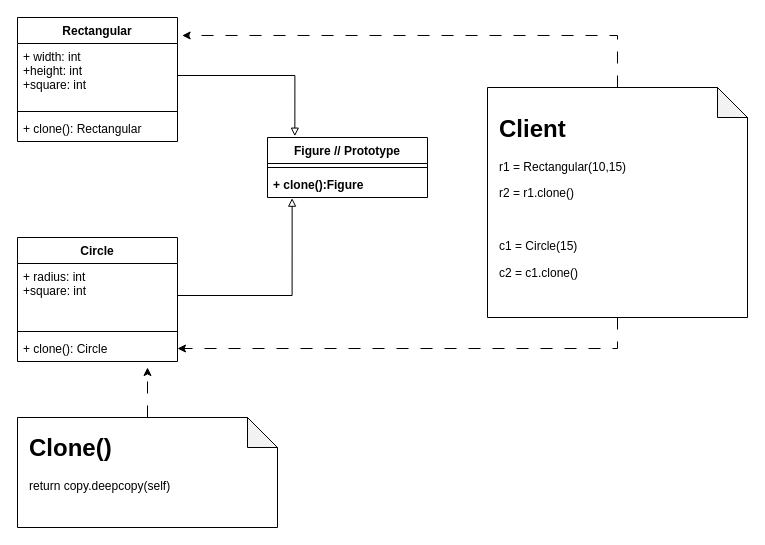
This is img/prototype.drawio from ElenaShargina/patterns, a draw.io file, before an edit. Source tidied: cells renumbered, new cells numbered last; positions are measured from the earlier drawing's top-left corner, leaving out a move shared by most shapes. Both pictures are drawn from the tidied source at 100%, with x=0, y=0 at pixel (17, 17).
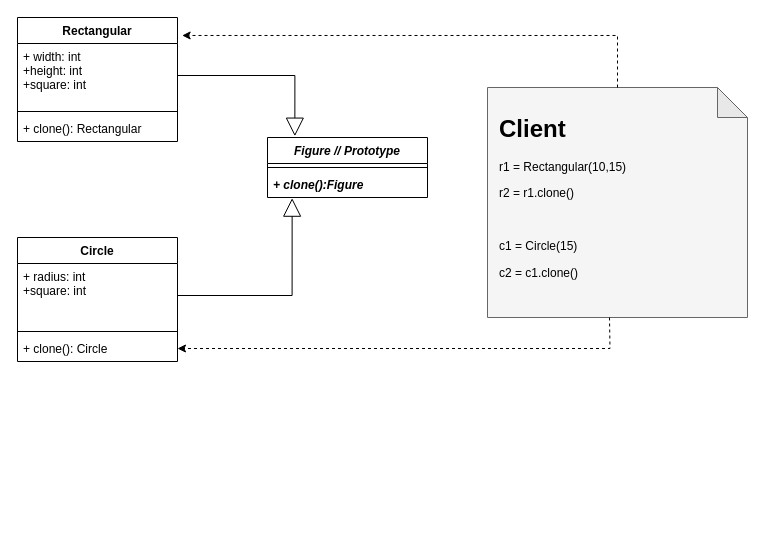
Above is the later version.

The change refers to these unchanged cells:
```xml
<mxCell id="5" value="Rectangular" style="swimlane;fontStyle=1;align=center;verticalAlign=top;horizontal=1;startSize=26;" parent="1" vertex="1">
  <mxGeometry width="160" height="124" as="geometry" />
</mxCell>
<mxCell id="6" value="+ width: int&#10;+height: int&#10;+square: int" style="text;strokeColor=none;fillColor=none;align=left;verticalAlign=top;spacingLeft=4;spacingRight=4;overflow=hidden;points=[[0,0.5],[1,0.5]];portConstraint=eastwest;" parent="5" vertex="1">
  <mxGeometry y="26" width="160" height="64" as="geometry" />
</mxCell>
<mxCell id="12" value="+ radius: int&#10;+square: int" style="text;strokeColor=none;fillColor=none;align=left;verticalAlign=top;spacingLeft=4;spacingRight=4;overflow=hidden;points=[[0,0.5],[1,0.5]];portConstraint=eastwest;" parent="11" vertex="1">
  <mxGeometry y="26" width="160" height="64" as="geometry" />
</mxCell>
<mxCell id="14" value="+ clone(): Circle" style="text;strokeColor=none;fillColor=none;align=left;verticalAlign=top;spacingLeft=4;spacingRight=4;overflow=hidden;points=[[0,0.5],[1,0.5]];portConstraint=eastwest;" parent="11" vertex="1">
  <mxGeometry y="98" width="160" height="26" as="geometry" />
</mxCell>
<mxCell id="15" style="group;" parent="1" vertex="1">
  <mxGeometry x="470" y="70" width="260" height="230" as="geometry" />
</mxCell>
```

What changed in the source:
```diff
@@
-    <mxCell id="2" value="Figure // Prototype" style="swimlane;fontStyle=1;align=center;verticalAlign=top;horizontal=1;startSize=26;" parent="1" vertex="1">
+    <mxCell id="2" value="Figure // Prototype" style="swimlane;fontStyle=3;align=center;verticalAlign=top;horizontal=1;startSize=26;" parent="1" vertex="1">
       <mxGeometry x="250" y="120" width="160" height="60" as="geometry" />
     </mxCell>
@@
-    <mxCell id="4" value="+ clone():Figure" style="text;strokeColor=none;fillColor=none;align=left;verticalAlign=top;spacingLeft=4;spacingRight=4;overflow=hidden;points=[[0,0.5],[1,0.5]];portConstraint=eastwest;fontStyle=1;" parent="2" vertex="1">
+    <mxCell id="4" value="+ clone():Figure" style="text;strokeColor=none;fillColor=none;align=left;verticalAlign=top;spacingLeft=4;spacingRight=4;overflow=hidden;points=[[0,0.5],[1,0.5]];portConstraint=eastwest;fontStyle=3;" parent="2" vertex="1">
       <mxGeometry y="34" width="160" height="26" as="geometry" />
     </mxCell>
@@
-    <mxCell id="9" style="edgeStyle=orthogonalEdgeStyle;rounded=0;jettySize=auto;html=1;entryX=0.171;entryY=-0.022;entryDx=0;entryDy=0;entryPerimeter=0;endArrow=block;endFill=0;" parent="1" edge="1" source="6" target="2">
+    <mxCell id="9" style="edgeStyle=orthogonalEdgeStyle;rounded=0;jettySize=auto;html=1;entryX=0.171;entryY=-0.022;entryDx=0;entryDy=0;entryPerimeter=0;endArrow=block;endFill=0;endSize=16;" parent="1" edge="1" source="6" target="2">
       <mxGeometry relative="1" as="geometry" />
     </mxCell>
-    <mxCell id="10" style="edgeStyle=orthogonalEdgeStyle;rounded=0;jettySize=auto;html=1;endArrow=block;endFill=0;entryX=0.154;entryY=1.026;entryDx=0;entryDy=0;entryPerimeter=0;exitX=1;exitY=0.5;exitDx=0;exitDy=0;" parent="1" edge="1" source="12" target="4">
+    <mxCell id="10" style="edgeStyle=orthogonalEdgeStyle;rounded=0;jettySize=auto;html=1;endArrow=block;endFill=0;entryX=0.154;entryY=1.026;entryDx=0;entryDy=0;entryPerimeter=0;exitX=1;exitY=0.5;exitDx=0;exitDy=0;endSize=16;" parent="1" edge="1" source="12" target="4">
       <mxGeometry relative="1" as="geometry" />
     </mxCell>
@@
-    <mxCell id="16" style="shape=note;whiteSpace=wrap;html=1;backgroundOutline=1;darkOpacity=0.05;" parent="15" vertex="1">
+    <mxCell id="16" style="shape=note;whiteSpace=wrap;html=1;backgroundOutline=1;darkOpacity=0.05;fillColor=#f5f5f5;fontColor=#333333;strokeColor=#666666;" parent="15" vertex="1">
       <mxGeometry width="260" height="230" as="geometry" />
     </mxCell>
-    <mxCell id="17" value="&lt;h1&gt;Client&lt;/h1&gt;&lt;p&gt;r1 = Rectangular(10,15)&lt;/p&gt;&lt;p&gt;r2 = r1.clone()&lt;/p&gt;&lt;p&gt;&lt;br&gt;&lt;/p&gt;&lt;p&gt;c1 = Circle(15)&lt;/p&gt;&lt;p&gt;c2 = c1.clone()&lt;/p&gt;" style="text;html=1;strokeColor=none;fillColor=none;spacing=5;spacingTop=-20;whiteSpace=wrap;overflow=hidden;rounded=0;" parent="15" vertex="1">
+    <mxCell id="17" value="&lt;h1&gt;Client&lt;/h1&gt;&lt;p&gt;r1 = Rectangular(10,15)&lt;/p&gt;&lt;p&gt;r2 = r1.clone()&lt;/p&gt;&lt;p&gt;&lt;br&gt;&lt;/p&gt;&lt;p&gt;c1 = Circle(15)&lt;/p&gt;&lt;p&gt;c2 = c1.clone()&lt;/p&gt;" style="text;html=1;spacing=5;spacingTop=-20;whiteSpace=wrap;overflow=hidden;rounded=0;" parent="15" vertex="1">
       <mxGeometry x="7" y="22" width="230" height="200" as="geometry" />
     </mxCell>
-    <mxCell id="18" style="edgeStyle=orthogonalEdgeStyle;rounded=0;jettySize=auto;html=1;endArrow=classic;endFill=1;dashed=1;dashPattern=12 12;" parent="1" edge="1" source="16" target="14">
+    <mxCell id="18" style="edgeStyle=orthogonalEdgeStyle;rounded=0;jettySize=auto;html=1;endArrow=classic;endFill=1;dashed=1;dashPattern=12 12;strokeColor=none;" parent="1" edge="1" source="16" target="14">
       <mxGeometry relative="1" as="geometry" />
     </mxCell>
-    <mxCell id="19" style="edgeStyle=orthogonalEdgeStyle;rounded=0;jettySize=auto;html=1;entryX=1.029;entryY=0.145;entryDx=0;entryDy=0;entryPerimeter=0;dashed=1;dashPattern=12 12;endArrow=classic;endFill=1;" parent="1" edge="1" source="16" target="5">
+    <mxCell id="19" style="edgeStyle=orthogonalEdgeStyle;rounded=0;jettySize=auto;html=1;entryX=1.029;entryY=0.145;entryDx=0;entryDy=0;entryPerimeter=0;dashed=1;endArrow=classic;endFill=1;" parent="1" edge="1" source="16" target="5">
       <mxGeometry relative="1" as="geometry">
         <Array as="points">
           <mxPoint x="600" y="18" />
         </Array>
       </mxGeometry>
     </mxCell>
-    <mxCell id="20" style="group;" parent="1" vertex="1">
-      <mxGeometry y="400" width="260" height="110" as="geometry" />
-    </mxCell>
-    <mxCell id="21" style="shape=note;whiteSpace=wrap;html=1;backgroundOutline=1;darkOpacity=0.05;" parent="20" vertex="1">
-      <mxGeometry width="260" height="110" as="geometry" />
-    </mxCell>
-    <mxCell id="22" value="&lt;h1&gt;Clone()&lt;/h1&gt;&lt;div&gt;return copy.deepcopy(self)&lt;/div&gt;" style="text;html=1;strokeColor=none;fillColor=none;spacing=5;spacingTop=-20;whiteSpace=wrap;overflow=hidden;rounded=0;" parent="20" vertex="1">
-      <mxGeometry x="7" y="10.5" width="230" height="95.7" as="geometry" />
-    </mxCell>
-    <mxCell id="23" style="edgeStyle=orthogonalEdgeStyle;rounded=0;jettySize=auto;html=1;dashed=1;dashPattern=12 12;endArrow=classic;endFill=1;" parent="1" edge="1" source="21">
-      <mxGeometry relative="1" as="geometry">
-        <mxPoint x="130" y="350" as="targetPoint" />
-      </mxGeometry>
-    </mxCell>
+    <mxCell id="24" style="edgeStyle=orthogonalEdgeStyle;rounded=0;jettySize=auto;html=1;entryX=1;entryY=0.5;entryDx=0;entryDy=0;dashed=1;" parent="1" edge="1" target="14">
+      <mxGeometry relative="1" as="geometry">
+        <mxPoint x="592" y="300" as="sourcePoint" />
+      </mxGeometry>
+    </mxCell>
```
